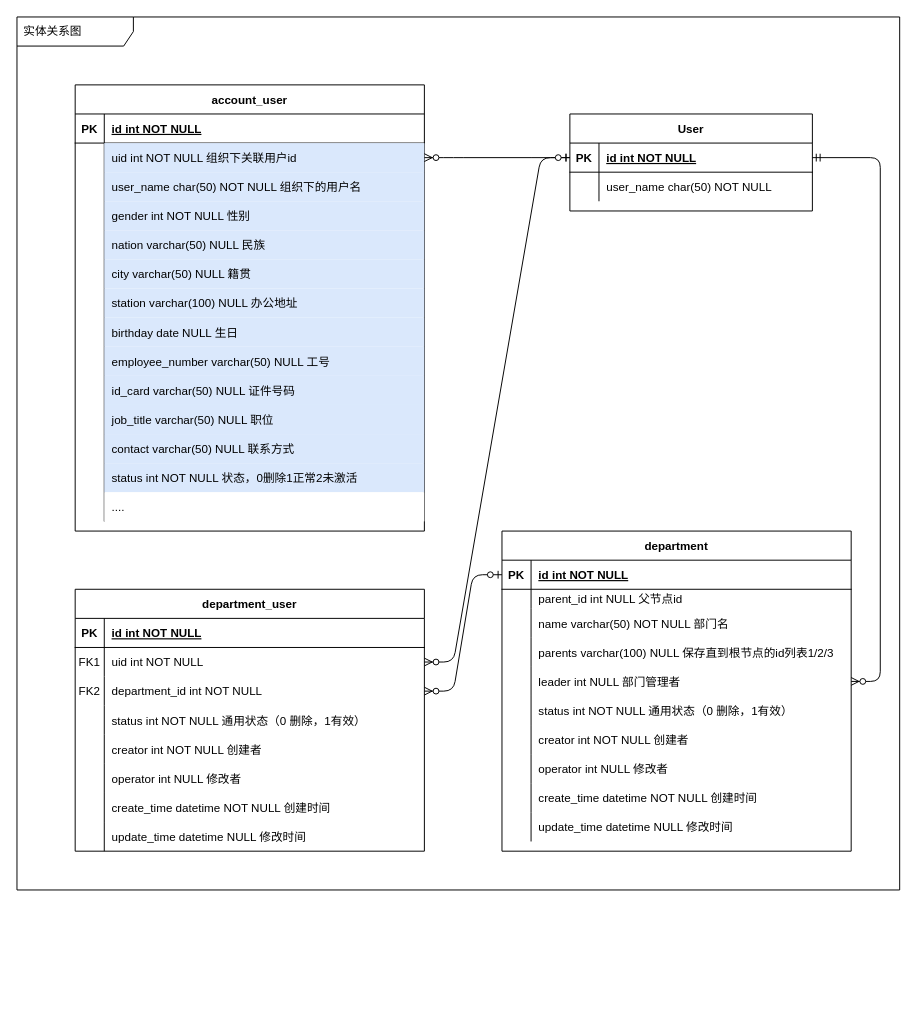
The draw.io diagram page "部门成员" (1 of 2) of 部门和成员.drawio in MainListActivity/test, before the edit. Source tidied: cells renumbered, new cells numbered last; positions are measured from the earlier drawing's top-left corner, leaving out a move shared by most shapes. Both pictures are drawn from the tidied source at 97%, with x=0, y=0 at pixel (16, 16).
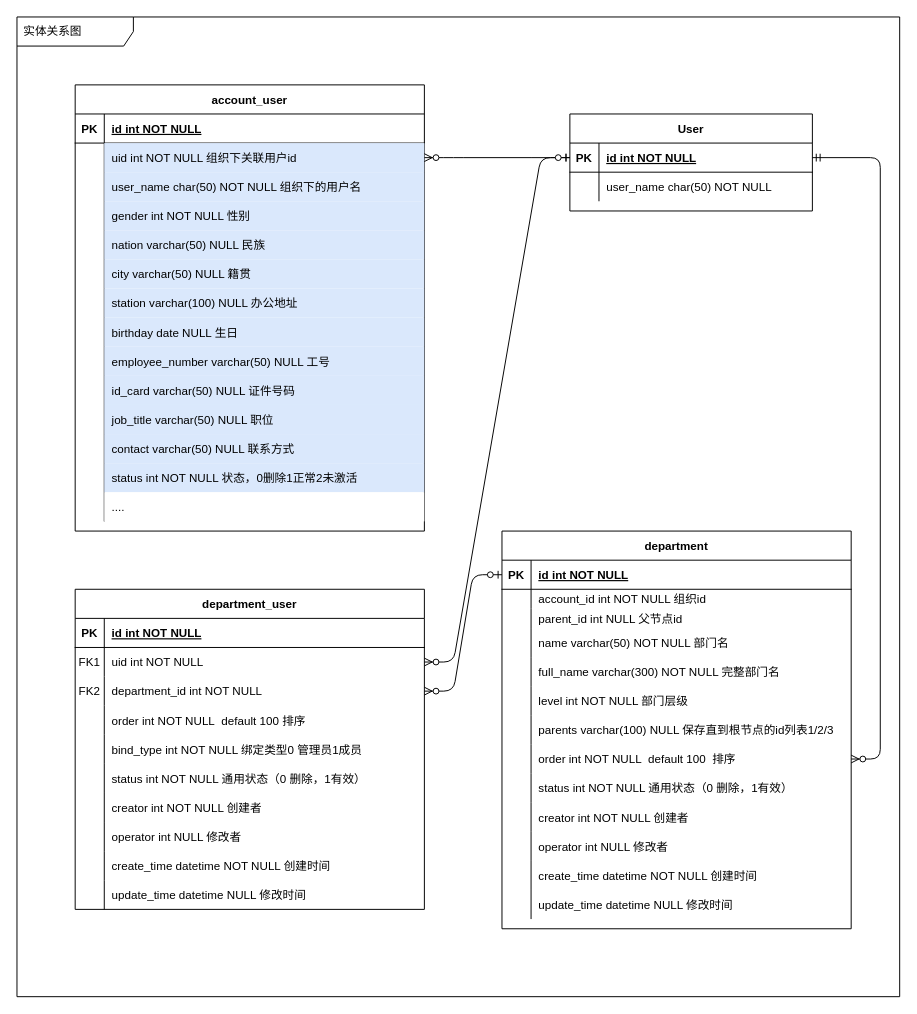
Above is the later version.

Commit message:
更新部门和成员.drawio

Unchanged cells that the change refers to:
```xml
<mxCell id="33" style="shape=partialRectangle;fillColor=none;top=0;left=0;right=0;bottom=0;" parent="29" vertex="1">
  <mxGeometry y="60" width="360" height="20" as="geometry" />
</mxCell>
```

Change to the diagram source:
```diff
@@
     <mxCell id="2" value="实体关系图" style="shape=umlFrame;whiteSpace=wrap;html=1;width=120;height=30;boundedLbl=1;verticalAlign=middle;align=left;spacingLeft=5;" parent="1" vertex="1">
-      <mxGeometry width="910" height="900" as="geometry" />
+      <mxGeometry width="910" height="1010" as="geometry" />
     </mxCell>
@@
     <mxCell id="4" value="department_user" style="shape=table;startSize=30;childLayout=tableLayout;rowLines=0;fontStyle=1;align=center;" parent="1" vertex="1">
-      <mxGeometry x="60" y="590" width="360" height="270" as="geometry" />
+      <mxGeometry x="60" y="590" width="360" height="330" as="geometry" />
     </mxCell>
@@
+    <mxCell id="113" style="shape=partialRectangle;fillColor=none;top=0;left=0;right=0;bottom=0;" parent="4" vertex="1">
+      <mxGeometry y="120" width="360" height="30" as="geometry" />
+    </mxCell>
+    <mxCell id="114" style="shape=partialRectangle;overflow=hidden;fillColor=none;top=0;left=0;bottom=0;right=0;" parent="113" vertex="1">
+      <mxGeometry width="30" height="30" as="geometry" />
+    </mxCell>
+    <mxCell id="115" value="order int NOT NULL  default 100 排序" style="shape=partialRectangle;overflow=hidden;fillColor=none;top=0;left=0;bottom=0;right=0;align=left;spacingLeft=6;" parent="113" vertex="1">
+      <mxGeometry x="30" width="330" height="30" as="geometry" />
+    </mxCell>
+    <mxCell id="116" style="shape=partialRectangle;fillColor=none;top=0;left=0;right=0;bottom=0;" parent="4" vertex="1">
+      <mxGeometry y="150" width="360" height="30" as="geometry" />
+    </mxCell>
+    <mxCell id="117" style="shape=partialRectangle;overflow=hidden;fillColor=none;top=0;left=0;bottom=0;right=0;" parent="116" vertex="1">
+      <mxGeometry width="30" height="30" as="geometry" />
+    </mxCell>
+    <mxCell id="118" value="bind_type int NOT NULL 绑定类型0 管理员1成员 " style="shape=partialRectangle;overflow=hidden;fillColor=none;top=0;left=0;bottom=0;right=0;align=left;spacingLeft=6;" parent="116" vertex="1">
+      <mxGeometry x="30" width="330" height="30" as="geometry" />
+    </mxCell>
     <mxCell id="14" style="shape=partialRectangle;fillColor=none;top=0;left=0;right=0;bottom=0;" parent="4" vertex="1">
-      <mxGeometry y="120" width="360" height="30" as="geometry" />
+      <mxGeometry y="180" width="360" height="30" as="geometry" />
     </mxCell>
@@
     <mxCell id="17" style="shape=partialRectangle;fillColor=none;top=0;left=0;right=0;bottom=0;" parent="4" vertex="1">
-      <mxGeometry y="150" width="360" height="30" as="geometry" />
+      <mxGeometry y="210" width="360" height="30" as="geometry" />
     </mxCell>
@@
     <mxCell id="20" style="shape=partialRectangle;fillColor=none;top=0;left=0;right=0;bottom=0;" parent="4" vertex="1">
-      <mxGeometry y="180" width="360" height="30" as="geometry" />
+      <mxGeometry y="240" width="360" height="30" as="geometry" />
     </mxCell>
@@
     <mxCell id="23" style="shape=partialRectangle;fillColor=none;top=0;left=0;right=0;bottom=0;" parent="4" vertex="1">
-      <mxGeometry y="210" width="360" height="30" as="geometry" />
+      <mxGeometry y="270" width="360" height="30" as="geometry" />
     </mxCell>
@@
     <mxCell id="26" style="shape=partialRectangle;fillColor=none;top=0;left=0;right=0;bottom=0;" parent="4" vertex="1">
-      <mxGeometry y="240" width="360" height="30" as="geometry" />
+      <mxGeometry y="300" width="360" height="30" as="geometry" />
     </mxCell>
@@
     <mxCell id="29" value="department" style="shape=table;startSize=30;childLayout=tableLayout;rowLines=0;fontStyle=1;align=center;" parent="1" vertex="1">
-      <mxGeometry x="500" y="530" width="360" height="330" as="geometry" />
+      <mxGeometry x="500" y="530" width="360" height="410" as="geometry" />
     </mxCell>
@@
-    <mxCell id="35" value="parent_id int NULL 父节点id" style="shape=partialRectangle;overflow=hidden;fillColor=none;top=0;left=0;bottom=0;right=0;align=left;spacingLeft=6;" parent="33" vertex="1">
+    <mxCell id="35" value="account_id int NOT NULL 组织id" style="shape=partialRectangle;overflow=hidden;fillColor=none;top=0;left=0;bottom=0;right=0;align=left;spacingLeft=6;" parent="33" vertex="1">
       <mxGeometry x="30" width="330" height="20" as="geometry" />
     </mxCell>
+    <mxCell id="119" style="shape=partialRectangle;fillColor=none;top=0;left=0;right=0;bottom=0;" parent="29" vertex="1">
+      <mxGeometry y="80" width="360" height="20" as="geometry" />
+    </mxCell>
+    <mxCell id="120" style="shape=partialRectangle;overflow=hidden;fillColor=none;top=0;left=0;bottom=0;right=0;" parent="119" vertex="1">
+      <mxGeometry width="30" height="20" as="geometry" />
+    </mxCell>
+    <mxCell id="121" value="parent_id int NULL 父节点id" style="shape=partialRectangle;overflow=hidden;fillColor=none;top=0;left=0;bottom=0;right=0;align=left;spacingLeft=6;" parent="119" vertex="1">
+      <mxGeometry x="30" width="330" height="20" as="geometry" />
+    </mxCell>
     <mxCell id="36" style="shape=partialRectangle;fillColor=none;top=0;left=0;right=0;bottom=0;" parent="29" vertex="1">
-      <mxGeometry y="80" width="360" height="30" as="geometry" />
+      <mxGeometry y="100" width="360" height="30" as="geometry" />
     </mxCell>
@@
+    <mxCell id="122" style="shape=partialRectangle;fillColor=none;top=0;left=0;right=0;bottom=0;" parent="29" vertex="1">
+      <mxGeometry y="130" width="360" height="30" as="geometry" />
+    </mxCell>
+    <mxCell id="123" style="shape=partialRectangle;overflow=hidden;fillColor=none;top=0;left=0;bottom=0;right=0;" parent="122" vertex="1">
+      <mxGeometry width="30" height="30" as="geometry" />
+    </mxCell>
+    <mxCell id="124" value="full_name varchar(300) NOT NULL 完整部门名" style="shape=partialRectangle;overflow=hidden;fillColor=none;top=0;left=0;bottom=0;right=0;align=left;spacingLeft=6;" parent="122" vertex="1">
+      <mxGeometry x="30" width="330" height="30" as="geometry" />
+    </mxCell>
+    <mxCell id="125" style="shape=partialRectangle;fillColor=none;top=0;left=0;right=0;bottom=0;" parent="29" vertex="1">
+      <mxGeometry y="160" width="360" height="30" as="geometry" />
+    </mxCell>
+    <mxCell id="126" style="shape=partialRectangle;overflow=hidden;fillColor=none;top=0;left=0;bottom=0;right=0;" parent="125" vertex="1">
+      <mxGeometry width="30" height="30" as="geometry" />
+    </mxCell>
+    <mxCell id="127" value="level int NOT NULL 部门层级" style="shape=partialRectangle;overflow=hidden;fillColor=none;top=0;left=0;bottom=0;right=0;align=left;spacingLeft=6;" parent="125" vertex="1">
+      <mxGeometry x="30" width="330" height="30" as="geometry" />
+    </mxCell>
     <mxCell id="39" style="shape=partialRectangle;fillColor=none;top=0;left=0;right=0;bottom=0;" parent="29" vertex="1">
-      <mxGeometry y="110" width="360" height="30" as="geometry" />
+      <mxGeometry y="190" width="360" height="30" as="geometry" />
     </mxCell>
@@
     <mxCell id="42" style="shape=partialRectangle;fillColor=none;points=[[0,0.5],[1,0.5]];portConstraint=eastwest;top=0;left=0;right=0;bottom=0;" parent="29" vertex="1">
-      <mxGeometry y="140" width="360" height="30" as="geometry" />
+      <mxGeometry y="220" width="360" height="30" as="geometry" />
     </mxCell>
@@
-    <mxCell id="44" value="leader int NULL 部门管理者" style="shape=partialRectangle;overflow=hidden;fillColor=none;top=0;left=0;bottom=0;right=0;align=left;spacingLeft=6;" parent="42" vertex="1">
+    <mxCell id="44" value="order int NOT NULL  default 100  排序" style="shape=partialRectangle;overflow=hidden;fillColor=none;top=0;left=0;bottom=0;right=0;align=left;spacingLeft=6;" parent="42" vertex="1">
       <mxGeometry x="30" width="330" height="30" as="geometry" />
     </mxCell>
     <mxCell id="45" style="shape=partialRectangle;fillColor=none;top=0;left=0;right=0;bottom=0;" parent="29" vertex="1">
-      <mxGeometry y="170" width="360" height="30" as="geometry" />
+      <mxGeometry y="250" width="360" height="30" as="geometry" />
     </mxCell>
@@
     <mxCell id="48" style="shape=partialRectangle;fillColor=none;top=0;left=0;right=0;bottom=0;" parent="29" vertex="1">
-      <mxGeometry y="200" width="360" height="30" as="geometry" />
+      <mxGeometry y="280" width="360" height="30" as="geometry" />
     </mxCell>
@@
     <mxCell id="51" style="shape=partialRectangle;fillColor=none;top=0;left=0;right=0;bottom=0;" parent="29" vertex="1">
-      <mxGeometry y="230" width="360" height="30" as="geometry" />
+      <mxGeometry y="310" width="360" height="30" as="geometry" />
     </mxCell>
@@
     <mxCell id="54" style="shape=partialRectangle;fillColor=none;top=0;left=0;right=0;bottom=0;" parent="29" vertex="1">
-      <mxGeometry y="260" width="360" height="30" as="geometry" />
+      <mxGeometry y="340" width="360" height="30" as="geometry" />
     </mxCell>
@@
     <mxCell id="57" style="shape=partialRectangle;fillColor=none;top=0;left=0;right=0;bottom=0;" parent="29" vertex="1">
-      <mxGeometry y="290" width="360" height="30" as="geometry" />
+      <mxGeometry y="370" width="360" height="30" as="geometry" />
     </mxCell>
```
